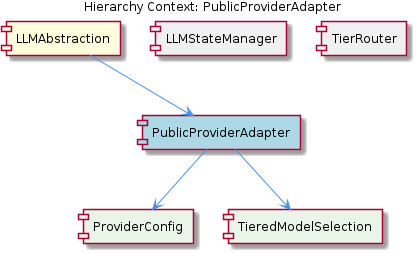
Above: knowledge-management/insights/images/public-provider-adapter-relationship.png in fwornle/coding (PlantUML), before the change. Its source is kept beside it as .data/knowledge-graph/insights/puml/public-provider-adapter-relationship.puml.
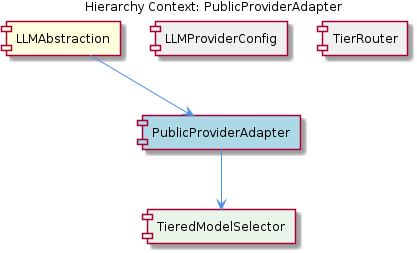
The same file after the commit.

Diff of the diagram source:
```diff
@@ -5,15 +5,13 @@
 
 [LLMAbstraction] as llmabstraction #FFFFDD
 [PublicProviderAdapter] as public_provider_adapter #LightBlue
-[LLMStateManager] as llmstate_manager #F0F0F0
+[LLMProviderConfig] as llmprovider_config #F0F0F0
 [TierRouter] as tier_router #F0F0F0
-[ProviderConfig] as provider_config #E8F5E8
-[TieredModelSelection] as tiered_model_selection #E8F5E8
+[TieredModelSelector] as tiered_model_selector #E8F5E8
 
 llmabstraction --> public_provider_adapter
-llmstate_manager -[hidden]- public_provider_adapter
+llmprovider_config -[hidden]- public_provider_adapter
 tier_router -[hidden]- public_provider_adapter
-public_provider_adapter --> provider_config
-public_provider_adapter --> tiered_model_selection
+public_provider_adapter --> tiered_model_selector
 
 @enduml
```
